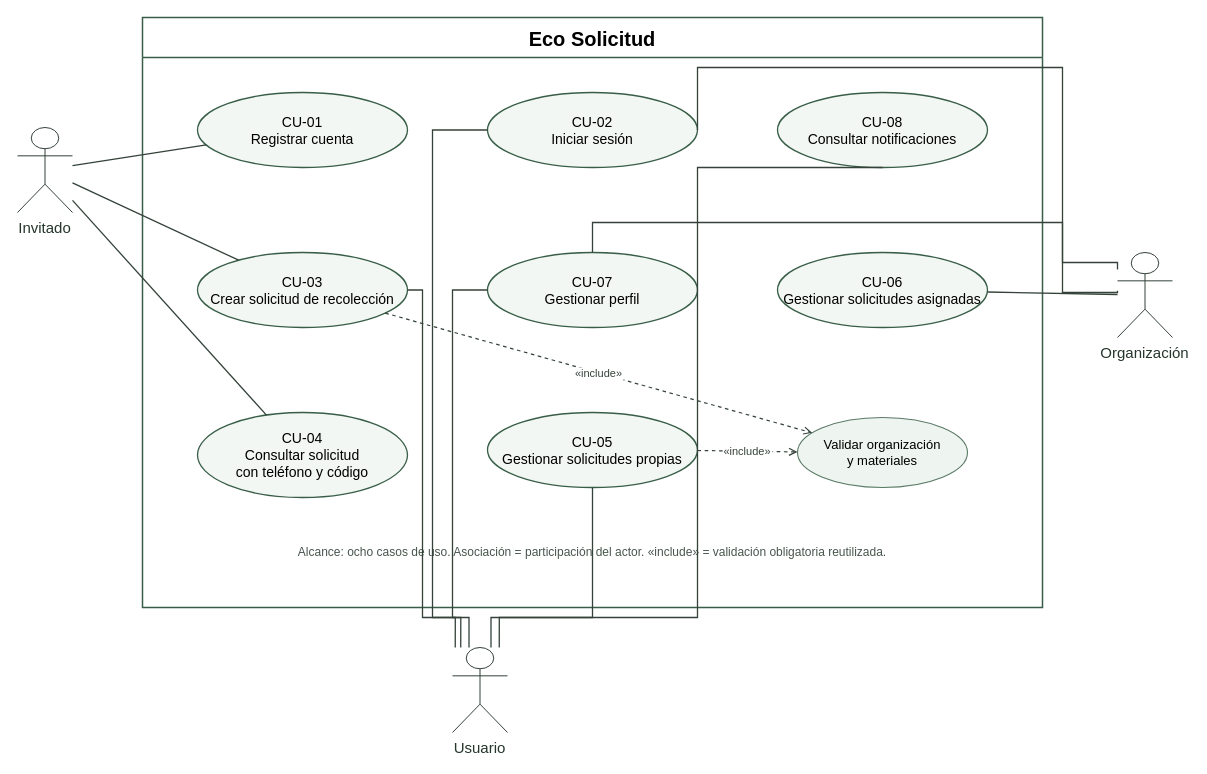
This is docs/diagrams/figura1-casos-uso.drawio from fedegonc/residuosolido, a draw.io file, before an edit. Source tidied: cells renumbered, new cells numbered last; positions are measured from the earlier drawing's top-left corner, leaving out a move shared by most shapes. Both pictures are drawn from the tidied source at 100%, with x=0, y=0 at pixel (17, 17).
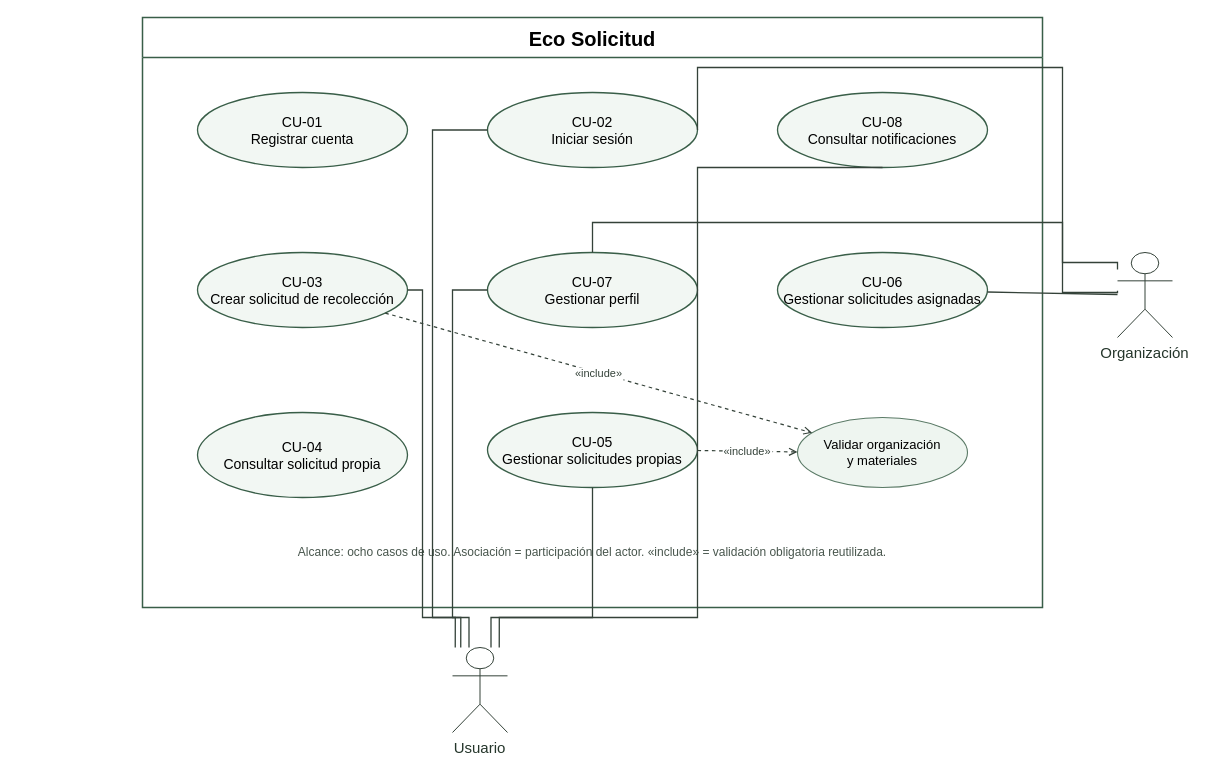
After the change.

The change refers to these unchanged cells:
```xml
<mxCell id="2" value="Eco Solicitud" style="swimlane;startSize=40;horizontal=1;rounded=0;html=0;fontFamily=Helvetica;fontSize=20;fontStyle=1;fillColor=#ffffff;swimlaneFillColor=#ffffff;strokeColor=#395e48;strokeWidth=1.5;" parent="1" vertex="1">
  <mxGeometry x="125" width="900" height="590" as="geometry" />
</mxCell>
<mxCell id="6" value="CU-01&#10;Registrar cuenta" style="ellipse;whiteSpace=wrap;html=0;fontFamily=Helvetica;fontSize=14;fillColor=#f2f7f3;strokeColor=#395e48;strokeWidth=1.3;" parent="2" vertex="1">
  <mxGeometry x="55" y="75" width="210" height="75" as="geometry" />
</mxCell>
<mxCell id="7" value="CU-03&#10;Crear solicitud de recolección" style="ellipse;whiteSpace=wrap;html=0;fontFamily=Helvetica;fontSize=14;fillColor=#f2f7f3;strokeColor=#395e48;strokeWidth=1.3;" parent="2" vertex="1">
  <mxGeometry x="55" y="235" width="210" height="75" as="geometry" />
</mxCell>
```

The edit, as a diff of the source:
```diff
@@
-    <mxCell id="3" value="Invitado" style="shape=umlActor;verticalLabelPosition=bottom;verticalAlign=top;html=0;fontFamily=Helvetica;fontSize=15;fontColor=#25362b;strokeColor=#344239;" parent="1" vertex="1">
-      <mxGeometry y="110" width="55" height="85" as="geometry" />
-    </mxCell>
@@
-    <mxCell id="8" value="CU-04&#10;Consultar solicitud&#10;con teléfono y código" style="ellipse;whiteSpace=wrap;html=0;fontFamily=Helvetica;fontSize=14;fillColor=#f2f7f3;strokeColor=#395e48;strokeWidth=1.3;" parent="2" vertex="1">
+    <mxCell id="8" value="CU-04&#10;Consultar solicitud propia" style="ellipse;whiteSpace=wrap;html=0;fontFamily=Helvetica;fontSize=14;fillColor=#f2f7f3;strokeColor=#395e48;strokeWidth=1.3;" parent="2" vertex="1">
       <mxGeometry x="55" y="395" width="210" height="85" as="geometry" />
     </mxCell>
@@
-    <mxCell id="16" style="endArrow=none;startArrow=none;edgeStyle=none;html=0;strokeColor=#344239;strokeWidth=1.3;" parent="1" edge="1" source="3" target="6">
-      <mxGeometry relative="1" as="geometry" />
-    </mxCell>
-    <mxCell id="17" style="endArrow=none;startArrow=none;edgeStyle=none;html=0;strokeColor=#344239;strokeWidth=1.3;" parent="1" edge="1" source="3" target="7">
-      <mxGeometry relative="1" as="geometry" />
-    </mxCell>
-    <mxCell id="18" style="endArrow=none;startArrow=none;edgeStyle=none;html=0;strokeColor=#344239;strokeWidth=1.3;" parent="1" edge="1" source="3" target="8">
-      <mxGeometry relative="1" as="geometry" />
-    </mxCell>
```
